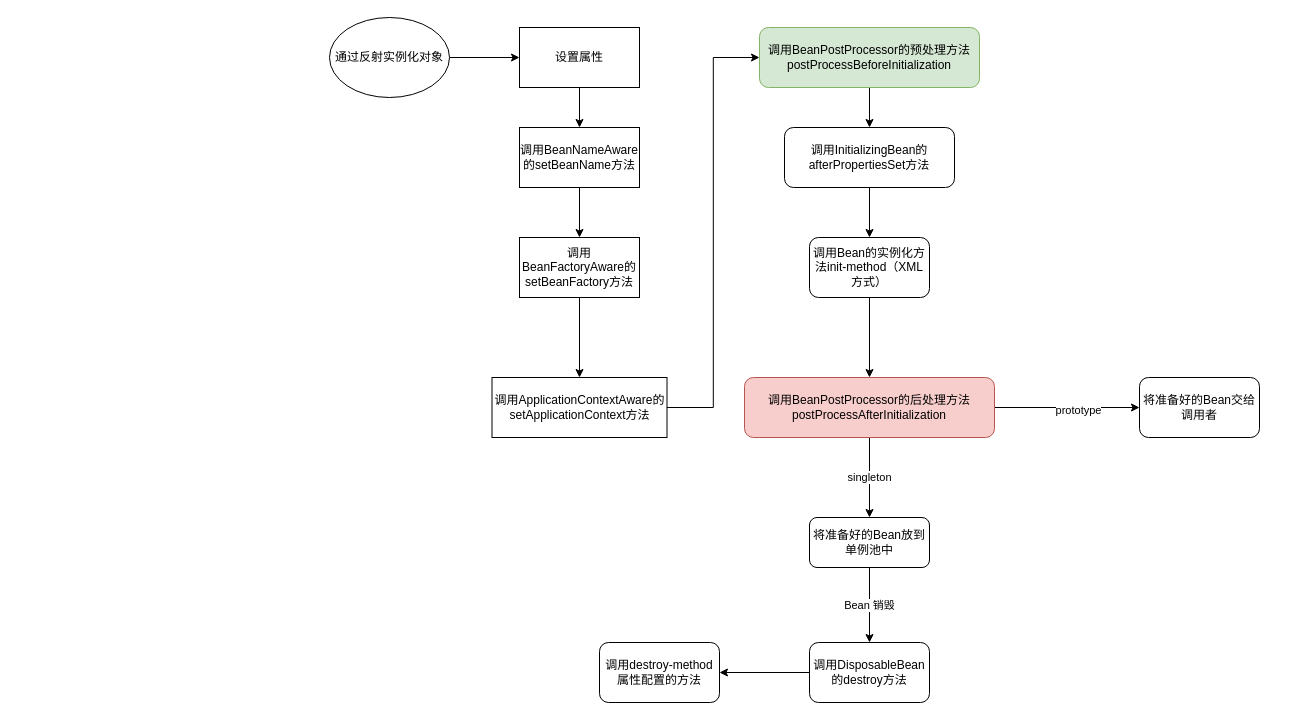
Earlier version of the draw.io diagram page "SpringBean生命周期" (3 of 5) of LaGouTrain.drawio (juesuchen/diagrams). Source tidied: cells renumbered, new cells numbered last; positions are measured from the earlier drawing's top-left corner, leaving out a move shared by most shapes. Both pictures are drawn from the tidied source at 100%, with x=0, y=0 at pixel (329, 17).
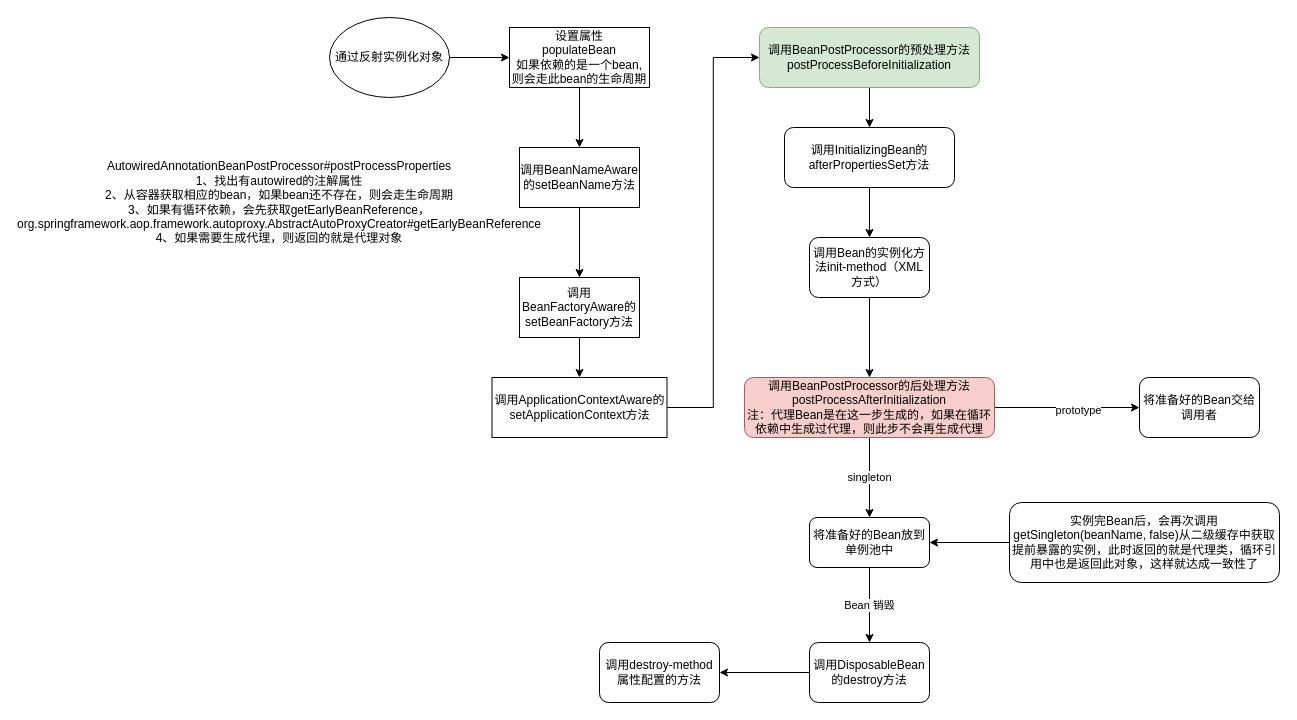
Above is the later version.

The change refers to these unchanged cells:
```xml
<mxCell id="24" value="将准备好的Bean放到单例池中" style="whiteSpace=wrap;html=1;rounded=1;" parent="1" vertex="1">
  <mxGeometry x="480" y="500" width="120" height="50" as="geometry" />
</mxCell>
```

Diff of the diagram source:
```diff
@@
-    <mxCell id="5" value="设置属性" style="whiteSpace=wrap;html=1;" parent="1" vertex="1">
-      <mxGeometry x="190" y="10" width="120" height="60" as="geometry" />
+    <mxCell id="5" value="设置属性&lt;br&gt;populateBean&lt;br&gt;如果依赖的是一个bean,则会走此bean的生命周期" style="whiteSpace=wrap;html=1;" parent="1" vertex="1">
+      <mxGeometry x="180" y="10" width="140" height="60" as="geometry" />
     </mxCell>
@@
     <mxCell id="7" value="&lt;div&gt;调⽤BeanNameAware&lt;/div&gt;&lt;div&gt;的setBeanName⽅法&lt;/div&gt;" style="whiteSpace=wrap;html=1;" parent="1" vertex="1">
-      <mxGeometry x="190" y="110" width="120" height="60" as="geometry" />
+      <mxGeometry x="190" y="130" width="120" height="60" as="geometry" />
     </mxCell>
@@
     <mxCell id="9" value="调用BeanFactoryAware的&lt;br&gt;setBeanFactory方法" style="whiteSpace=wrap;html=1;" parent="1" vertex="1">
-      <mxGeometry x="190" y="220" width="120" height="60" as="geometry" />
+      <mxGeometry x="190" y="260" width="120" height="60" as="geometry" />
     </mxCell>
@@
-    <mxCell id="21" value="调用BeanPostProcessor的后处理方法postProcessAfterInitialization" style="whiteSpace=wrap;html=1;rounded=1;fillColor=#f8cecc;strokeColor=#b85450;" parent="1" vertex="1">
+    <mxCell id="21" value="调用BeanPostProcessor的后处理方法postProcessAfterInitialization&lt;br&gt;注：代理Bean是在这一步生成的，如果在循环依赖中生成过代理，则此步不会再生成代理" style="whiteSpace=wrap;html=1;rounded=1;fillColor=#f8cecc;strokeColor=#b85450;" parent="1" vertex="1">
       <mxGeometry x="415" y="360" width="250" height="60" as="geometry" />
     </mxCell>
@@
+    <mxCell id="28" value="AutowiredAnnotationBeanPostProcessor#postProcessProperties&lt;br&gt;1、找出有autowired的注解属性&lt;br&gt;2、从容器获取相应的bean，如果bean还不存在，则会走生命周期&lt;br&gt;3、如果有循环依赖，会先获取getEarlyBeanReference，&lt;br&gt;org.springframework.aop.framework.autoproxy.AbstractAutoProxyCreator#getEarlyBeanReference&lt;br&gt;4、如果需要生成代理，则返回的就是代理对象" style="text;html=1;strokeColor=none;fillColor=none;align=center;verticalAlign=middle;whiteSpace=wrap;rounded=0;" parent="1" vertex="1">
+      <mxGeometry x="-230" y="90" width="360" height="190" as="geometry" />
+    </mxCell>
+    <mxCell id="29" style="edgeStyle=orthogonalEdgeStyle;rounded=0;jettySize=auto;html=1;" parent="1" edge="1" source="30" target="24">
+      <mxGeometry relative="1" as="geometry" />
+    </mxCell>
+    <mxCell id="30" value="实例完Bean后，会再次调用getSingleton(beanName, false)从二级缓存中获取提前暴露的实例，此时返回的就是代理类，循环引用中也是返回此对象，这样就达成一致性了" style="whiteSpace=wrap;html=1;rounded=1;" parent="1" vertex="1">
+      <mxGeometry x="680" y="485" width="270" height="80" as="geometry" />
+    </mxCell>
```
